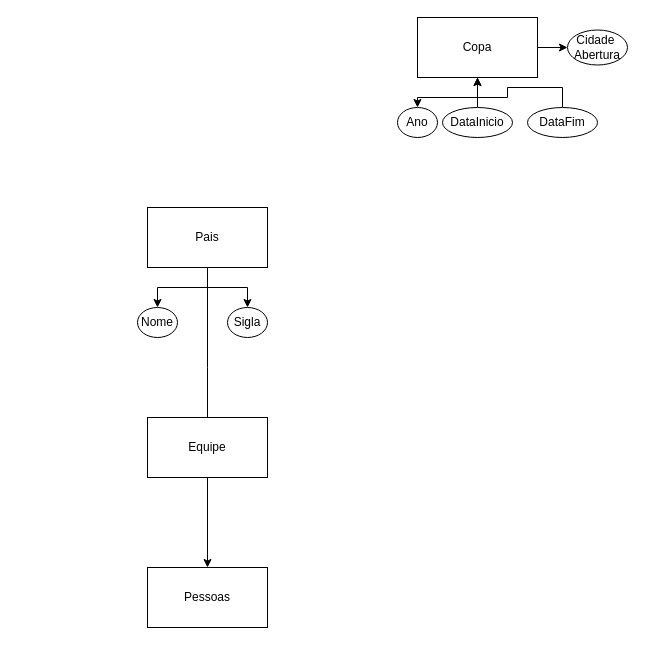
Before: Diagrama sem nome.drawio in lmiguelcardoso/projetoleda, a draw.io diagram. Source tidied: cells renumbered, new cells numbered last; positions are measured from the earlier drawing's top-left corner, leaving out a move shared by most shapes. Both pictures are drawn from the tidied source at 100%, with x=0, y=0 at pixel (137, 17).
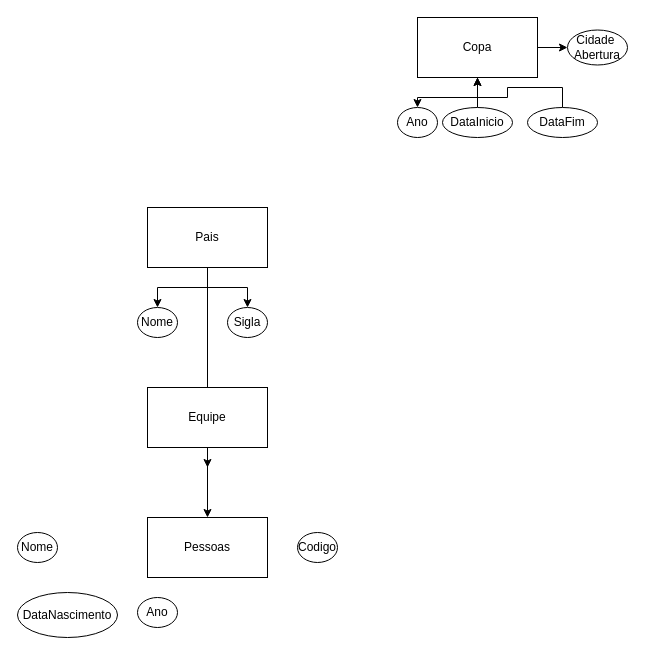
Above is the later version.

Unchanged cells that the change refers to:
```xml
<mxCell id="5" value="Pais" style="rounded=0;whiteSpace=wrap;html=1;" parent="1" vertex="1">
  <mxGeometry x="10" y="190" width="120" height="60" as="geometry" />
</mxCell>
```

Diff of the diagram source:
```diff
@@
-    <mxCell id="4" style="edgeStyle=orthogonalEdgeStyle;rounded=0;jettySize=auto;html=1;" parent="1" edge="1" source="5">
+    <mxCell id="4" style="edgeStyle=orthogonalEdgeStyle;rounded=0;jettySize=auto;html=1;startArrow=none;" parent="1" edge="1" source="18">
       <mxGeometry relative="1" as="geometry">
         <mxPoint x="70" y="450" as="targetPoint" />
       </mxGeometry>
     </mxCell>
@@
+    <mxCell id="19" value="Pessoas" style="rounded=0;whiteSpace=wrap;html=1;" parent="1" vertex="1">
+      <mxGeometry x="10" y="500" width="120" height="60" as="geometry" />
+    </mxCell>
+    <mxCell id="20" style="edgeStyle=orthogonalEdgeStyle;rounded=0;jettySize=auto;html=1;endArrow=none;" parent="1" edge="1" source="5" target="18">
+      <mxGeometry relative="1" as="geometry" />
+    </mxCell>
     <mxCell id="18" value="Equipe" style="rounded=0;whiteSpace=wrap;html=1;" parent="1" vertex="1">
-      <mxGeometry x="10" y="400" width="120" height="60" as="geometry" />
+      <mxGeometry x="10" y="370" width="120" height="60" as="geometry" />
     </mxCell>
-    <mxCell id="19" value="Pessoas" style="rounded=0;whiteSpace=wrap;html=1;" parent="1" vertex="1">
-      <mxGeometry x="10" y="550" width="120" height="60" as="geometry" />
-    </mxCell>
+    <mxCell id="21" value="Codigo" style="ellipse;whiteSpace=wrap;html=1;rounded=0;" parent="1" vertex="1">
+      <mxGeometry x="160" y="515" width="40" height="30" as="geometry" />
+    </mxCell>
+    <mxCell id="22" value="Nome" style="ellipse;whiteSpace=wrap;html=1;rounded=0;" parent="1" vertex="1">
+      <mxGeometry x="-120" y="515" width="40" height="30" as="geometry" />
+    </mxCell>
+    <mxCell id="23" value="DataNascimento" style="ellipse;whiteSpace=wrap;html=1;rounded=0;" parent="1" vertex="1">
+      <mxGeometry x="-120" y="575" width="100" height="45" as="geometry" />
+    </mxCell>
+    <mxCell id="24" value="Ano" style="ellipse;whiteSpace=wrap;html=1;rounded=0;" parent="1" vertex="1">
+      <mxGeometry y="580" width="40" height="30" as="geometry" />
+    </mxCell>
```
